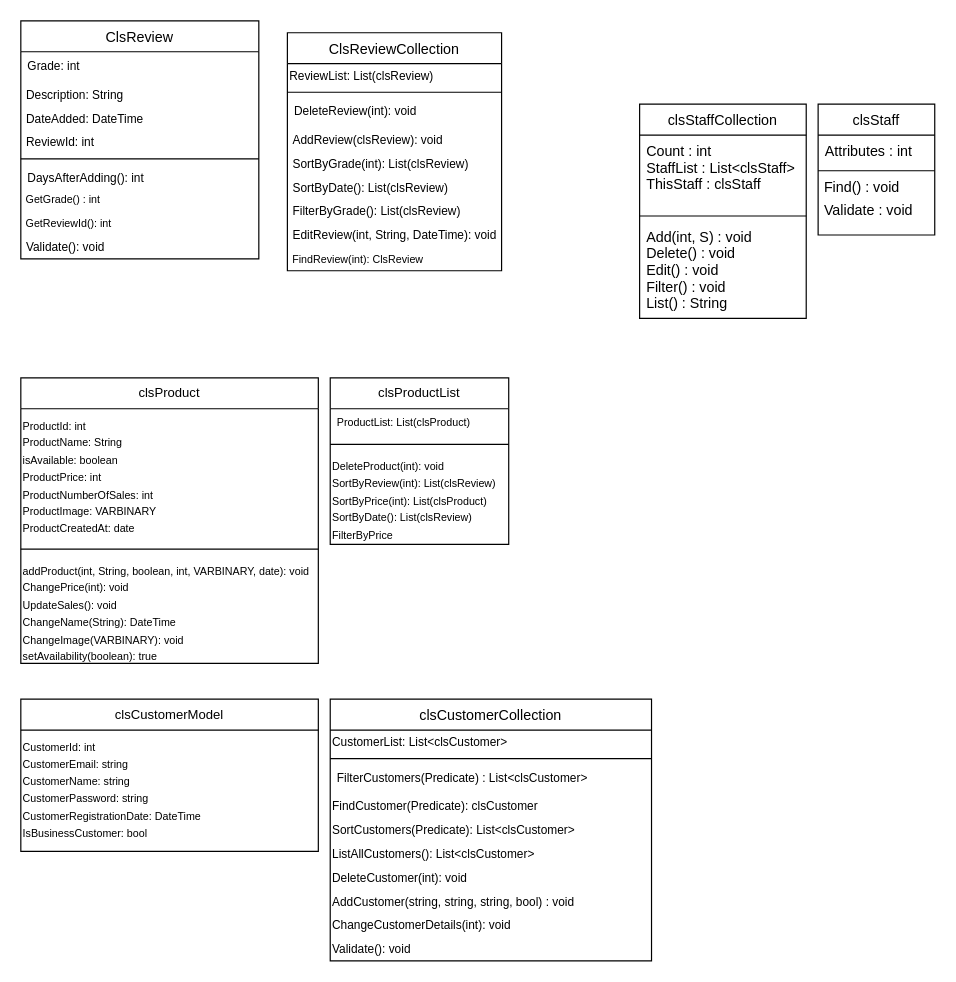
Above: untitled Diagram updated.drawio in dominikmch/Template4U (draw.io), before the change. Source tidied: cells renumbered, new cells numbered last; positions are measured from the earlier drawing's top-left corner, leaving out a move shared by most shapes. Both pictures are drawn from the tidied source at 119%, with x=0, y=0 at pixel (20, 20).
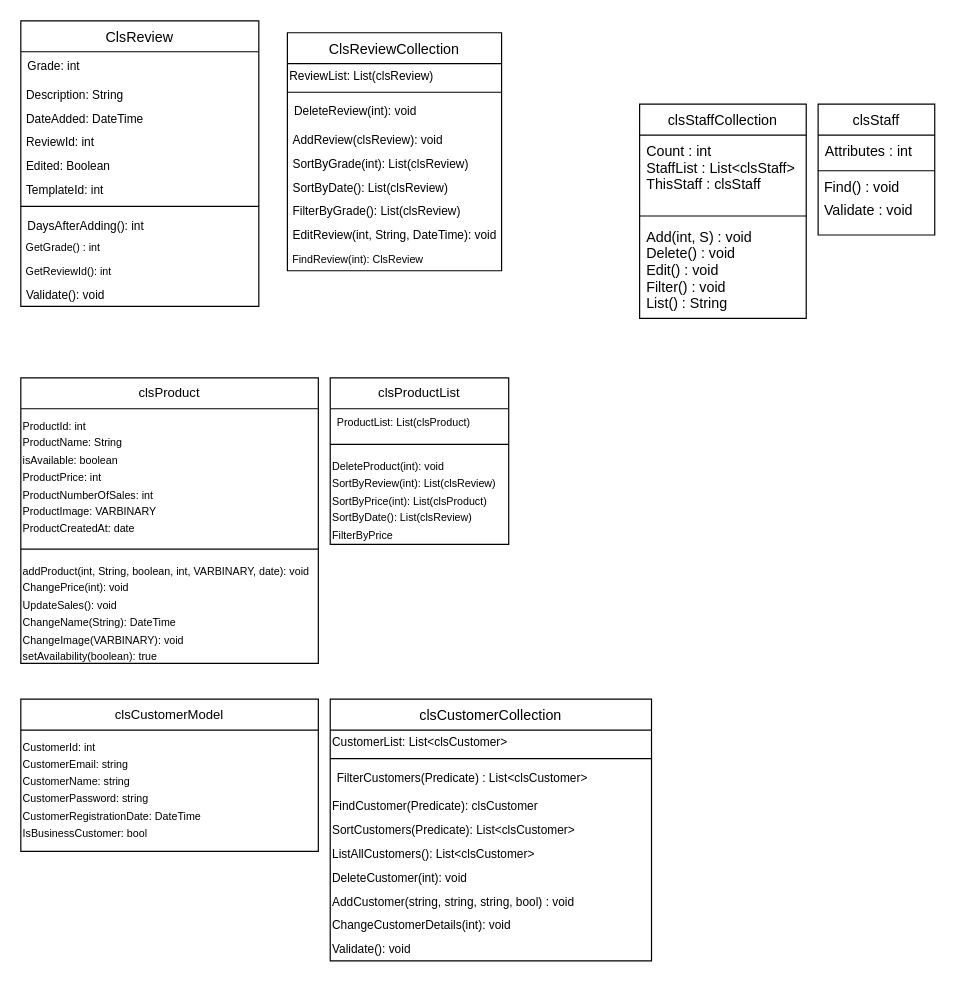
The same diagram, later.

What changed in the source:
```diff
@@
     <mxCell id="13" value="ClsReview" style="swimlane;fontStyle=0;align=center;verticalAlign=top;horizontal=1;startSize=26;" parent="1" vertex="1">
-      <mxGeometry width="200" height="200" as="geometry" />
+      <mxGeometry width="200" height="240" as="geometry" />
     </mxCell>
@@
+    <mxCell id="54" value="&amp;nbsp;Edited: Boolean" style="text;html=1;strokeColor=none;fillColor=none;align=left;verticalAlign=middle;whiteSpace=wrap;rounded=0;fontSize=10;" parent="13" vertex="1">
+      <mxGeometry y="112" width="200" height="20" as="geometry" />
+    </mxCell>
+    <mxCell id="55" value="&amp;nbsp;TemplateId: int" style="text;html=1;strokeColor=none;fillColor=none;align=left;verticalAlign=middle;whiteSpace=wrap;rounded=0;fontSize=10;" parent="13" vertex="1">
+      <mxGeometry y="132" width="200" height="20" as="geometry" />
+    </mxCell>
     <mxCell id="18" style="line;strokeWidth=1;fillColor=none;align=left;verticalAlign=middle;spacingTop=-1;spacingLeft=3;spacingRight=3;labelPosition=right;" parent="13" vertex="1">
-      <mxGeometry y="112" width="200" height="8" as="geometry" />
+      <mxGeometry y="152" width="200" height="8" as="geometry" />
     </mxCell>
     <mxCell id="19" value="DaysAfterAdding(): int" style="text;strokeColor=none;fillColor=none;align=left;verticalAlign=top;spacingLeft=4;spacingRight=4;overflow=hidden;fontSize=10;" parent="13" vertex="1">
-      <mxGeometry y="120" width="200" height="20" as="geometry" />
+      <mxGeometry y="160" width="200" height="20" as="geometry" />
     </mxCell>
     <mxCell id="20" value="&lt;font style=&quot;font-size: 9px&quot;&gt;&amp;nbsp;GetGrade() : int&lt;/font&gt;" style="text;html=1;strokeColor=none;fillColor=none;align=left;verticalAlign=middle;whiteSpace=wrap;rounded=0;fontSize=12;" parent="13" vertex="1">
-      <mxGeometry y="140" width="200" height="20" as="geometry" />
+      <mxGeometry y="180" width="200" height="20" as="geometry" />
     </mxCell>
     <mxCell id="21" value="&lt;font style=&quot;font-size: 9px&quot;&gt;&amp;nbsp;GetReviewId(): int&lt;br&gt;&lt;/font&gt;" style="text;html=1;strokeColor=none;fillColor=none;align=left;verticalAlign=middle;whiteSpace=wrap;rounded=0;fontSize=12;" parent="13" vertex="1">
-      <mxGeometry y="160" width="200" height="20" as="geometry" />
+      <mxGeometry y="200" width="200" height="20" as="geometry" />
     </mxCell>
     <mxCell id="22" value="&lt;span style=&quot;font-size: x-small&quot;&gt;&amp;nbsp;Validate(): void&lt;/span&gt;" style="text;html=1;strokeColor=none;fillColor=none;align=left;verticalAlign=middle;whiteSpace=wrap;rounded=0;" parent="13" vertex="1">
-      <mxGeometry y="180" width="200" height="20" as="geometry" />
+      <mxGeometry y="220" width="200" height="20" as="geometry" />
     </mxCell>
```
